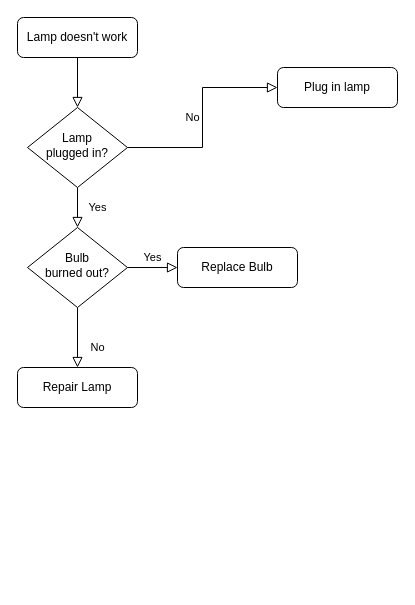
This is idioten/documentation/Namnlöst diagram.drawio from dmiek/devops, a draw.io file, before an edit. Source tidied: cells renumbered, new cells numbered last; positions are measured from the earlier drawing's top-left corner, leaving out a move shared by most shapes. Both pictures are drawn from the tidied source at 100%, with x=0, y=0 at pixel (17, 17).
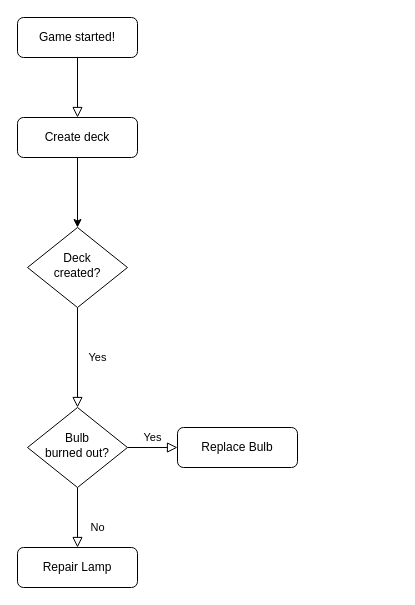
After the change.

Commit message:
Flow chart work

What changed in the source:
```diff
@@
 <mxGraphModel>
   <root>
     <mxCell id="0" />
     <mxCell id="1" parent="0" />
-    <mxCell id="2" style="rounded=0;html=1;jettySize=auto;fontSize=11;endArrow=block;endFill=0;endSize=8;strokeWidth=1;shadow=0;labelBackgroundColor=none;edgeStyle=orthogonalEdgeStyle;" parent="1" edge="1" source="3" target="6">
+    <mxCell id="2" style="rounded=0;html=1;jettySize=auto;fontSize=11;endArrow=block;endFill=0;endSize=8;strokeWidth=1;shadow=0;labelBackgroundColor=none;edgeStyle=orthogonalEdgeStyle;entryX=0.5;entryY=0;entryDx=0;entryDy=0;" parent="1" edge="1" source="3" target="7">
       <mxGeometry relative="1" as="geometry" />
     </mxCell>
-    <mxCell id="3" value="Lamp doesn't work" style="rounded=1;whiteSpace=wrap;html=1;fontSize=12;glass=0;strokeWidth=1;shadow=0;" parent="1" vertex="1">
+    <mxCell id="3" value="Game started!" style="rounded=1;whiteSpace=wrap;html=1;fontSize=12;glass=0;strokeWidth=1;shadow=0;" parent="1" vertex="1">
       <mxGeometry width="120" height="40" as="geometry" />
     </mxCell>
     <mxCell id="4" value="Yes" style="rounded=0;html=1;jettySize=auto;fontSize=11;endArrow=block;endFill=0;endSize=8;strokeWidth=1;shadow=0;labelBackgroundColor=none;edgeStyle=orthogonalEdgeStyle;" parent="1" edge="1" source="6" target="10">
       <mxGeometry y="20" relative="1" as="geometry" />
     </mxCell>
-    <mxCell id="5" value="No" style="edgeStyle=orthogonalEdgeStyle;rounded=0;html=1;jettySize=auto;fontSize=11;endArrow=block;endFill=0;endSize=8;strokeWidth=1;shadow=0;labelBackgroundColor=none;" parent="1" edge="1" source="6" target="7">
-      <mxGeometry y="10" relative="1" as="geometry" />
-    </mxCell>
-    <mxCell id="6" value="Lamp&lt;br&gt;plugged in?" style="rhombus;whiteSpace=wrap;html=1;shadow=0;fontFamily=Helvetica;fontSize=12;align=center;strokeWidth=1;spacing=6;spacingTop=-4;" parent="1" vertex="1">
-      <mxGeometry x="10" y="90" width="100" height="80" as="geometry" />
+    <mxCell id="6" value="Deck&lt;br&gt;created?" style="rhombus;whiteSpace=wrap;html=1;shadow=0;fontFamily=Helvetica;fontSize=12;align=center;strokeWidth=1;spacing=6;spacingTop=-4;" parent="1" vertex="1">
+      <mxGeometry x="10" y="210" width="100" height="80" as="geometry" />
     </mxCell>
+    <mxCell id="13" style="edgeStyle=orthogonalEdgeStyle;rounded=0;jettySize=auto;html=1;entryX=0.5;entryY=0;entryDx=0;entryDy=0;" parent="1" edge="1" source="7" target="6">
+      <mxGeometry relative="1" as="geometry" />
+    </mxCell>
-    <mxCell id="7" value="Plug in lamp" style="rounded=1;whiteSpace=wrap;html=1;fontSize=12;glass=0;strokeWidth=1;shadow=0;" parent="1" vertex="1">
-      <mxGeometry x="260" y="50" width="120" height="40" as="geometry" />
+    <mxCell id="7" value="Create deck" style="rounded=1;whiteSpace=wrap;html=1;fontSize=12;glass=0;strokeWidth=1;shadow=0;" parent="1" vertex="1">
+      <mxGeometry y="100" width="120" height="40" as="geometry" />
     </mxCell>
     <mxCell id="8" value="No" style="rounded=0;html=1;jettySize=auto;fontSize=11;endArrow=block;endFill=0;endSize=8;strokeWidth=1;shadow=0;labelBackgroundColor=none;edgeStyle=orthogonalEdgeStyle;" parent="1" edge="1" source="10" target="11">
       <mxGeometry x="0.33" y="20" relative="1" as="geometry" />
     </mxCell>
     <mxCell id="9" value="Yes" style="edgeStyle=orthogonalEdgeStyle;rounded=0;html=1;jettySize=auto;fontSize=11;endArrow=block;endFill=0;endSize=8;strokeWidth=1;shadow=0;labelBackgroundColor=none;" parent="1" edge="1" source="10" target="12">
       <mxGeometry y="10" relative="1" as="geometry" />
     </mxCell>
     <mxCell id="10" value="Bulb&lt;br&gt;burned out?" style="rhombus;whiteSpace=wrap;html=1;shadow=0;fontFamily=Helvetica;fontSize=12;align=center;strokeWidth=1;spacing=6;spacingTop=-4;" parent="1" vertex="1">
-      <mxGeometry x="10" y="210" width="100" height="80" as="geometry" />
+      <mxGeometry x="10" y="390" width="100" height="80" as="geometry" />
     </mxCell>
     <mxCell id="11" value="Repair Lamp" style="rounded=1;whiteSpace=wrap;html=1;fontSize=12;glass=0;strokeWidth=1;shadow=0;" parent="1" vertex="1">
-      <mxGeometry y="350" width="120" height="40" as="geometry" />
+      <mxGeometry y="530" width="120" height="40" as="geometry" />
     </mxCell>
     <mxCell id="12" value="Replace Bulb" style="rounded=1;whiteSpace=wrap;html=1;fontSize=12;glass=0;strokeWidth=1;shadow=0;" parent="1" vertex="1">
-      <mxGeometry x="160" y="230" width="120" height="40" as="geometry" />
+      <mxGeometry x="160" y="410" width="120" height="40" as="geometry" />
     </mxCell>
   </root>
 </mxGraphModel>
```
